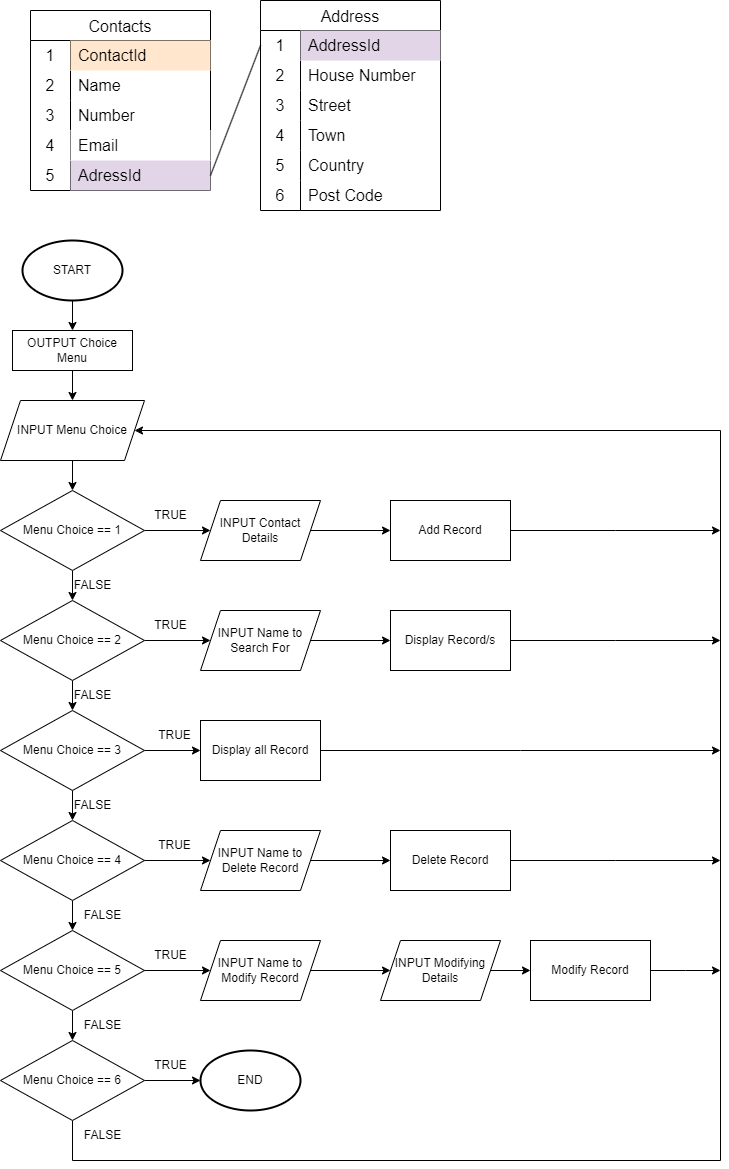
The draw.io diagram ContactsProgramWithSQL/DatabaseDiagramAndProgramFlowchart.png in b1ahmed8/Y2-PYTHON, before a commit. Source tidied: cells renumbered, new cells last; positions are measured from the earlier drawing's top-left corner, leaving out a move shared by most shapes.
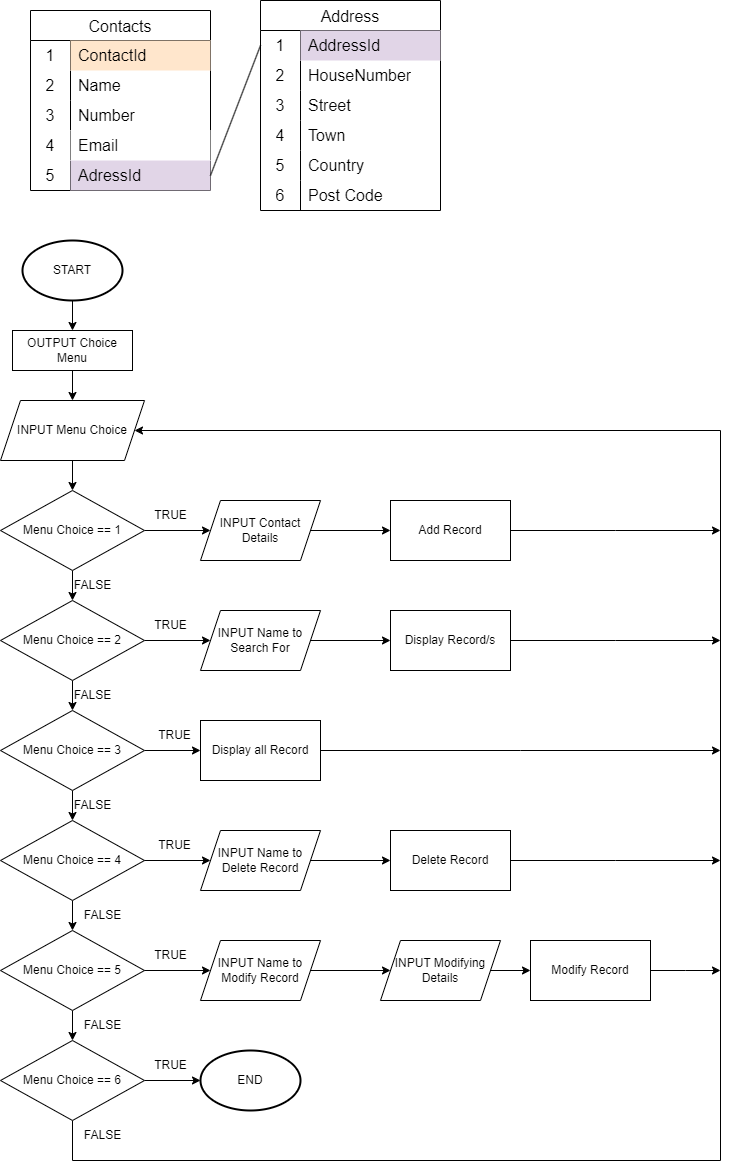
After the commit.

What changed in the source:
```diff
@@ -68,7 +68,7 @@
     <mxCell id="23" value="2" style="shape=partialRectangle;html=1;whiteSpace=wrap;fillColor=none;top=0;left=0;bottom=0;right=0;overflow=hidden;strokeColor=inherit;fontSize=16;" parent="22" vertex="1">
       <mxGeometry width="40" height="30" as="geometry" />
     </mxCell>
-    <mxCell id="24" value="House Number" style="shape=partialRectangle;html=1;whiteSpace=wrap;fillColor=none;top=0;left=0;bottom=0;right=0;align=left;spacingLeft=6;overflow=hidden;strokeColor=inherit;fontSize=16;" parent="22" vertex="1">
+    <mxCell id="24" value="HouseNumber" style="shape=partialRectangle;html=1;whiteSpace=wrap;fillColor=none;top=0;left=0;bottom=0;right=0;align=left;spacingLeft=6;overflow=hidden;strokeColor=inherit;fontSize=16;" parent="22" vertex="1">
       <mxGeometry x="40" width="140" height="30" as="geometry" />
     </mxCell>
     <mxCell id="25" style="shape=tableRow;horizontal=0;startSize=0;swimlaneHead=0;swimlaneBody=0;top=0;left=0;bottom=0;right=0;fillColor=none;strokeColor=inherit;fontSize=16;" parent="18" vertex="1">
```
